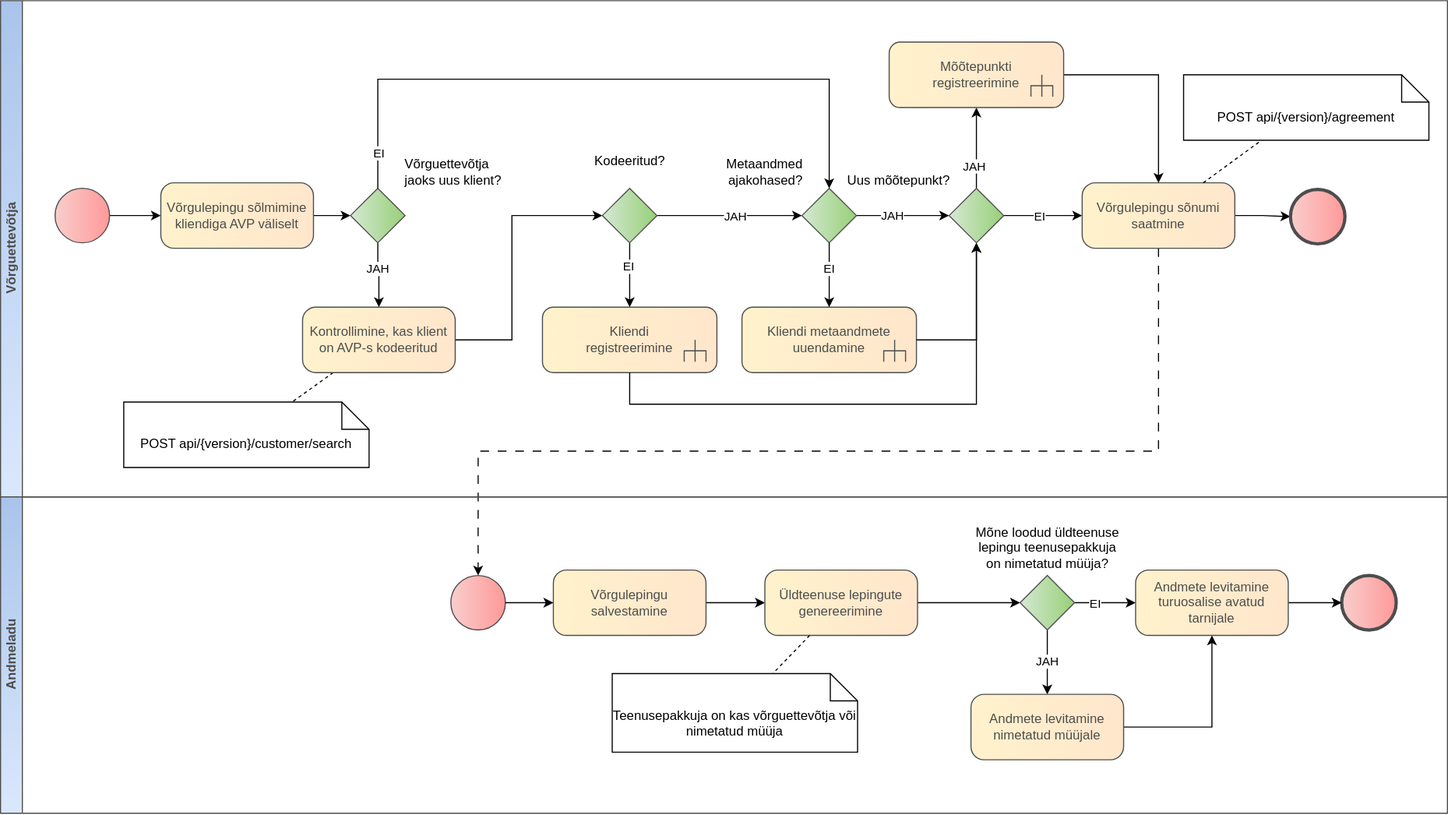
The draw.io diagram diagrams/agreement-management/võrgulepingu-registreerimine.svg in Elering/estfeed-datahub-docs, before a commit. Source tidied: cells renumbered, new cells last; positions are measured from the earlier drawing's top-left corner, leaving out a move shared by most shapes.
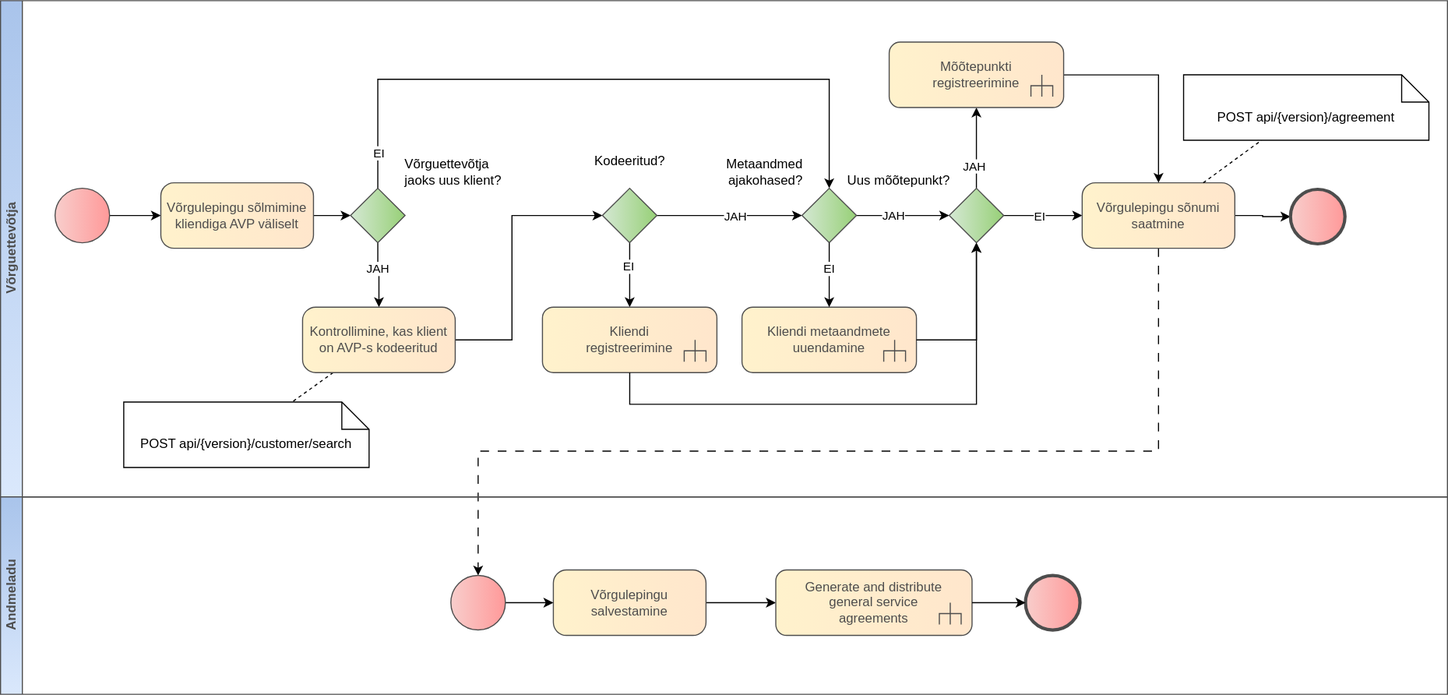
After the commit.

Commit message:
1) Added general service generation process and refactored some other processes 2) Added process for exhanging customer's billing metadada

Diff of the diagram source:
```diff
@@ -131,11 +131,8 @@
       <mxGeometry x="277" y="281" width="140" height="60" as="geometry" />
     </mxCell>
     <mxCell id="38" value="Andmeladu" style="swimlane;html=1;horizontal=0;startSize=20;strokeColor=#4D4D4D;fillColor=#dae8fc;fontColor=#4D4D4D;gradientColor=#A9C4EB;gradientDirection=north;rotation=0;" parent="1" vertex="1">
-      <mxGeometry y="455" width="1327" height="290" as="geometry" />
+      <mxGeometry y="455" width="1327" height="181" as="geometry" />
     </mxCell>
-    <mxCell id="39" style="points=[[0.145,0.145,0],[0.5,0,0],[0.855,0.145,0],[1,0.5,0],[0.855,0.855,0],[0.5,1,0],[0.145,0.855,0],[0,0.5,0]];shape=mxgraph.bpmn.event;html=1;verticalLabelPosition=bottom;labelBackgroundColor=#ffffff;verticalAlign=bottom;align=center;perimeter=ellipsePerimeter;outlineConnect=0;outline=standard;symbol=general;fontFamily=Helvetica;fontSize=12;fontColor=#4D4D4D;fillColor=#f8cecc;strokeColor=#4D4D4D;rounded=1;shadow=0;strokeWidth=1;gradientColor=#FF9999;gradientDirection=east;" parent="38" vertex="1">
-      <mxGeometry x="413" y="72" width="50" height="50" as="geometry" />
-    </mxCell>
     <mxCell id="40" style="points=[[0.145,0.145,0],[0.5,0,0],[0.855,0.145,0],[1,0.5,0],[0.855,0.855,0],[0.5,1,0],[0.145,0.855,0],[0,0.5,0]];shape=mxgraph.bpmn.event;html=1;verticalLabelPosition=top;labelBackgroundColor=#ffffff;verticalAlign=middle;align=center;perimeter=ellipsePerimeter;outlineConnect=0;outline=end;symbol=terminate2;fontFamily=Helvetica;fontSize=12;fontColor=#000000;fillColor=#f8cecc;strokeColor=#4D4D4D;rounded=1;shadow=0;strokeWidth=1;gradientColor=#FF9999;gradientDirection=east;spacing=0;spacingTop=0;spacingLeft=0;spacingBottom=0;labelPosition=center;" parent="1" vertex="1">
       <mxGeometry x="1183" y="173" width="50" height="50" as="geometry" />
     </mxCell>
@@ -151,56 +148,26 @@
     <mxCell id="44" value="Mõõtepunkti registreerimine" style="html=1;shape=mxgraph.sysml.callBehAct;whiteSpace=wrap;align=center;strokeColor=#4D4D4D;fillColor=#fff2cc;rounded=1;arcSize=40;shadow=0;spacingLeft=20;spacingRight=20;fontColor=#4D4D4D;gradientColor=#FFE6CC;gradientDirection=east;glass=0;labelBackgroundColor=none;labelBorderColor=none;" parent="1" vertex="1">
       <mxGeometry x="815" y="38" width="160" height="60" as="geometry" />
     </mxCell>
-    <mxCell id="45" style="edgeStyle=orthogonalEdgeStyle;rounded=0;jettySize=auto;html=1;" parent="1" edge="1" source="46" target="48">
+    <mxCell id="45" style="edgeStyle=orthogonalEdgeStyle;rounded=0;jettySize=auto;html=1;entryX=0;entryY=0.5;entryDx=0;entryDy=0;entryPerimeter=0;" parent="1" edge="1" source="46" target="62">
       <mxGeometry relative="1" as="geometry" />
     </mxCell>
     <mxCell id="46" value="Võrgulepingu salvestamine" style="rounded=1;whiteSpace=wrap;html=1;arcSize=20;fillColor=#fff2cc;strokeColor=#4D4D4D;shadow=0;fontColor=#4D4D4D;gradientColor=#FFE6CC;gradientDirection=east;glass=0;backgroundOutline=0;enumerate=0;labelBackgroundColor=none;labelBorderColor=none;strokeWidth=1;" parent="1" vertex="1">
       <mxGeometry x="507" y="522" width="140" height="60" as="geometry" />
     </mxCell>
-    <mxCell id="47" style="edgeStyle=orthogonalEdgeStyle;rounded=0;jettySize=auto;html=1;" parent="1" edge="1" source="48" target="55">
-      <mxGeometry relative="1" as="geometry" />
-    </mxCell>
-    <mxCell id="48" value="Üldteenuse lepingute genereerimine" style="rounded=1;whiteSpace=wrap;html=1;arcSize=20;fillColor=#fff2cc;strokeColor=#4D4D4D;shadow=0;fontColor=#4D4D4D;gradientColor=#FFE6CC;gradientDirection=east;glass=0;backgroundOutline=0;enumerate=0;labelBackgroundColor=none;labelBorderColor=none;strokeWidth=1;" parent="1" vertex="1">
-      <mxGeometry x="701" y="522" width="140" height="60" as="geometry" />
-    </mxCell>
-    <mxCell id="49" value="Teenusepakkuja on kas võrguettevõtja või nimetatud müüja" style="shape=note2;boundedLbl=1;whiteSpace=wrap;html=1;size=25;verticalAlign=top;align=center;" parent="1" vertex="1">
-      <mxGeometry x="561" y="617" width="225" height="72" as="geometry" />
-    </mxCell>
-    <mxCell id="50" style="rounded=0;jettySize=auto;html=1;dashed=1;endArrow=none;endFill=0;" parent="1" edge="1" source="48" target="49">
-      <mxGeometry relative="1" as="geometry" />
-    </mxCell>
-    <mxCell id="51" style="edgeStyle=orthogonalEdgeStyle;rounded=0;jettySize=auto;html=1;" parent="1" edge="1" source="55" target="58">
-      <mxGeometry relative="1" as="geometry" />
-    </mxCell>
-    <mxCell id="52" value="EI" style="edgeLabel;html=1;align=center;verticalAlign=middle;" parent="51" vertex="1">
-      <mxGeometry x="-0.33" y="-1" relative="1" as="geometry" />
-    </mxCell>
-    <mxCell id="53" style="edgeStyle=orthogonalEdgeStyle;rounded=0;jettySize=auto;html=1;" parent="1" edge="1" source="55" target="60">
-      <mxGeometry relative="1" as="geometry" />
-    </mxCell>
-    <mxCell id="54" value="JAH" style="edgeLabel;html=1;align=center;verticalAlign=middle;" parent="53" vertex="1">
-      <mxGeometry x="-0.05" relative="1" as="geometry" />
-    </mxCell>
-    <mxCell id="55" value="Mõne loodud üldteenuse&lt;br&gt;lepingu teenusepakkuja&lt;br&gt;on nimetatud müüja?" style="points=[[0.25,0.25,0],[0.5,0,0],[0.75,0.25,0],[1,0.5,0],[0.75,0.75,0],[0.5,1,0],[0.25,0.75,0],[0,0.5,0]];shape=mxgraph.bpmn.gateway2;html=1;verticalLabelPosition=top;labelBackgroundColor=#ffffff;verticalAlign=middle;align=center;perimeter=rhombusPerimeter;outlineConnect=0;outline=none;symbol=none;fontFamily=Helvetica;fontSize=12;fontColor=#000000;fillColor=#D5E8D4;strokeColor=#4D4D4D;rounded=0;shadow=0;gradientColor=#97D077;gradientDirection=east;spacing=0;labelPosition=center;" parent="1" vertex="1">
-      <mxGeometry x="935" y="527" width="50" height="50" as="geometry" />
-    </mxCell>
+    <mxCell id="61" style="edgeStyle=orthogonalEdgeStyle;rounded=0;jettySize=auto;html=1;" parent="1" edge="1" source="39" target="46">
+      <mxGeometry relative="1" as="geometry" />
+    </mxCell>
+    <mxCell id="39" style="points=[[0.145,0.145,0],[0.5,0,0],[0.855,0.145,0],[1,0.5,0],[0.855,0.855,0],[0.5,1,0],[0.145,0.855,0],[0,0.5,0]];shape=mxgraph.bpmn.event;html=1;verticalLabelPosition=bottom;labelBackgroundColor=#ffffff;verticalAlign=bottom;align=center;perimeter=ellipsePerimeter;outlineConnect=0;outline=standard;symbol=general;fontFamily=Helvetica;fontSize=12;fontColor=#4D4D4D;fillColor=#f8cecc;strokeColor=#4D4D4D;rounded=1;shadow=0;strokeWidth=1;gradientColor=#FF9999;gradientDirection=east;" parent="1" vertex="1">
+      <mxGeometry x="413" y="527" width="50" height="50" as="geometry" />
+    </mxCell>
+    <mxCell id="62" value="Generate and distribute general service agreements" style="html=1;shape=mxgraph.sysml.callBehAct;whiteSpace=wrap;align=center;strokeColor=#4D4D4D;fillColor=#fff2cc;rounded=1;arcSize=40;shadow=0;spacingLeft=20;spacingRight=20;fontColor=#4D4D4D;gradientColor=#FFE6CC;gradientDirection=east;glass=0;labelBackgroundColor=none;labelBorderColor=none;" parent="1" vertex="1">
+      <mxGeometry x="711" y="522" width="180" height="60" as="geometry" />
+    </mxCell>
     <mxCell id="56" style="points=[[0.145,0.145,0],[0.5,0,0],[0.855,0.145,0],[1,0.5,0],[0.855,0.855,0],[0.5,1,0],[0.145,0.855,0],[0,0.5,0]];shape=mxgraph.bpmn.event;html=1;verticalLabelPosition=top;labelBackgroundColor=#ffffff;verticalAlign=middle;align=center;perimeter=ellipsePerimeter;outlineConnect=0;outline=end;symbol=terminate2;fontFamily=Helvetica;fontSize=12;fontColor=#000000;fillColor=#f8cecc;strokeColor=#4D4D4D;rounded=1;shadow=0;strokeWidth=1;gradientColor=#FF9999;gradientDirection=east;spacing=0;spacingTop=0;spacingLeft=0;spacingBottom=0;labelPosition=center;" parent="1" vertex="1">
-      <mxGeometry x="1230" y="527" width="50" height="50" as="geometry" />
+      <mxGeometry x="940" y="527" width="50" height="50" as="geometry" />
     </mxCell>
-    <mxCell id="57" style="edgeStyle=orthogonalEdgeStyle;rounded=0;jettySize=auto;html=1;" parent="1" edge="1" source="58" target="56">
-      <mxGeometry relative="1" as="geometry" />
-    </mxCell>
-    <mxCell id="58" value="Andmete levitamine turuosalise avatud tarnijale" style="rounded=1;whiteSpace=wrap;html=1;arcSize=20;fillColor=#fff2cc;strokeColor=#4D4D4D;shadow=0;fontColor=#4D4D4D;gradientColor=#FFE6CC;gradientDirection=east;glass=0;backgroundOutline=0;enumerate=0;labelBackgroundColor=none;labelBorderColor=none;strokeWidth=1;" parent="1" vertex="1">
-      <mxGeometry x="1041" y="522" width="140" height="60" as="geometry" />
-    </mxCell>
-    <mxCell id="59" style="edgeStyle=orthogonalEdgeStyle;rounded=0;jettySize=auto;html=1;" parent="1" edge="1" source="60" target="58">
-      <mxGeometry relative="1" as="geometry" />
-    </mxCell>
-    <mxCell id="60" value="Andmete levitamine nimetatud müüjale" style="rounded=1;whiteSpace=wrap;html=1;arcSize=20;fillColor=#fff2cc;strokeColor=#4D4D4D;shadow=0;fontColor=#4D4D4D;gradientColor=#FFE6CC;gradientDirection=east;glass=0;backgroundOutline=0;enumerate=0;labelBackgroundColor=none;labelBorderColor=none;strokeWidth=1;" parent="1" vertex="1">
-      <mxGeometry x="890" y="636" width="140" height="60" as="geometry" />
-    </mxCell>
-    <mxCell id="61" style="edgeStyle=orthogonalEdgeStyle;rounded=0;jettySize=auto;html=1;" parent="1" edge="1" source="39" target="46">
-      <mxGeometry relative="1" as="geometry" />
-    </mxCell>
+    <mxCell id="63" style="edgeStyle=orthogonalEdgeStyle;rounded=0;jettySize=auto;html=1;entryX=0;entryY=0.5;entryDx=0;entryDy=0;entryPerimeter=0;" parent="1" edge="1" source="62" target="56">
+      <mxGeometry relative="1" as="geometry" />
+    </mxCell>
   </root>
 </mxGraphModel>
```
